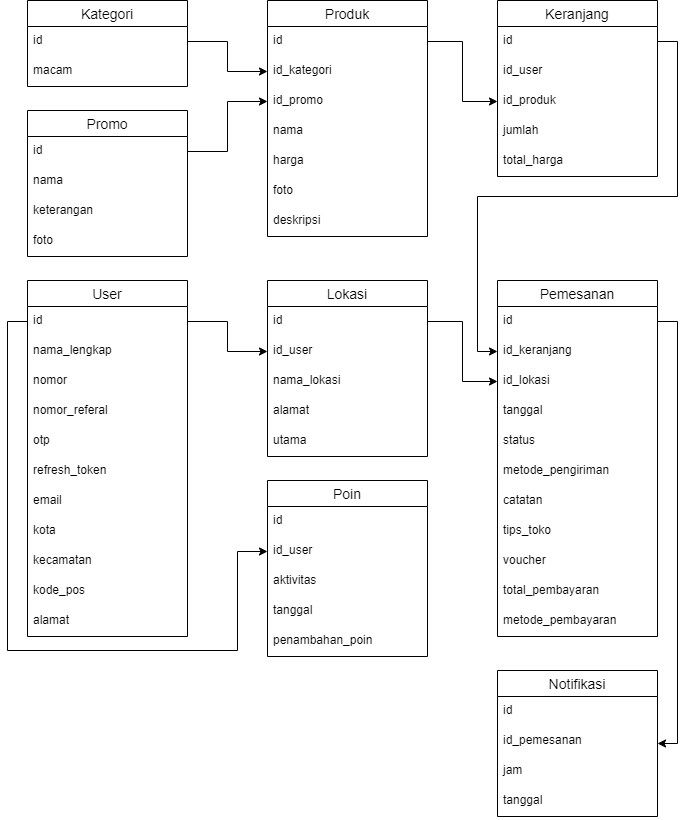
Yayan-SRA/Tugas01_Azuralabs keeps this draw.io diagram as ERD Lengkap.png. Above is the earlier version. Source tidied: cells renumbered, new cells last; positions are measured from the earlier drawing's top-left corner, leaving out a move shared by most shapes.
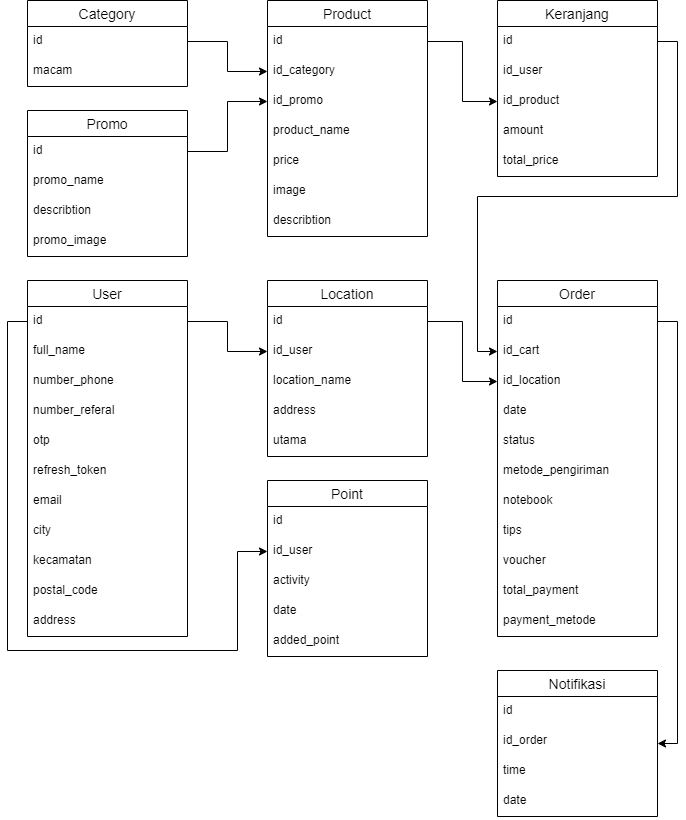
Later version of the same file.

Change to the diagram source:
```diff
@@ -2,31 +2,31 @@
   <root>
     <mxCell id="0" />
     <mxCell id="1" parent="0" />
-    <mxCell id="2" value="Produk" style="swimlane;fontStyle=0;horizontal=1;startSize=26;align=center;fontSize=14;" parent="1" vertex="1">
+    <mxCell id="2" value="Product" style="swimlane;fontStyle=0;horizontal=1;startSize=26;align=center;fontSize=14;" parent="1" vertex="1">
       <mxGeometry x="260" width="160" height="236" as="geometry" />
     </mxCell>
     <mxCell id="3" value="id" style="text;strokeColor=none;fillColor=none;spacingLeft=4;spacingRight=4;overflow=hidden;points=[[0,0.5],[1,0.5]];portConstraint=eastwest;fontSize=12;" parent="2" vertex="1">
       <mxGeometry y="26" width="160" height="30" as="geometry" />
     </mxCell>
-    <mxCell id="4" value="id_kategori" style="text;strokeColor=none;fillColor=none;spacingLeft=4;spacingRight=4;overflow=hidden;points=[[0,0.5],[1,0.5]];portConstraint=eastwest;fontSize=12;" parent="2" vertex="1">
+    <mxCell id="4" value="id_category" style="text;strokeColor=none;fillColor=none;spacingLeft=4;spacingRight=4;overflow=hidden;points=[[0,0.5],[1,0.5]];portConstraint=eastwest;fontSize=12;" parent="2" vertex="1">
       <mxGeometry y="56" width="160" height="30" as="geometry" />
     </mxCell>
     <mxCell id="5" value="id_promo" style="text;strokeColor=none;fillColor=none;spacingLeft=4;spacingRight=4;overflow=hidden;points=[[0,0.5],[1,0.5]];portConstraint=eastwest;fontSize=12;" parent="2" vertex="1">
       <mxGeometry y="86" width="160" height="30" as="geometry" />
     </mxCell>
-    <mxCell id="6" value="nama" style="text;strokeColor=none;fillColor=none;spacingLeft=4;spacingRight=4;overflow=hidden;fontSize=12;" parent="2" vertex="1">
+    <mxCell id="6" value="product_name" style="text;strokeColor=none;fillColor=none;spacingLeft=4;spacingRight=4;overflow=hidden;fontSize=12;" parent="2" vertex="1">
       <mxGeometry y="116" width="160" height="30" as="geometry" />
     </mxCell>
-    <mxCell id="7" value="harga" style="text;strokeColor=none;fillColor=none;spacingLeft=4;spacingRight=4;overflow=hidden;fontSize=12;" parent="2" vertex="1">
+    <mxCell id="7" value="price" style="text;strokeColor=none;fillColor=none;spacingLeft=4;spacingRight=4;overflow=hidden;fontSize=12;" parent="2" vertex="1">
       <mxGeometry y="146" width="160" height="30" as="geometry" />
     </mxCell>
-    <mxCell id="8" value="foto" style="text;strokeColor=none;fillColor=none;spacingLeft=4;spacingRight=4;overflow=hidden;fontSize=12;" parent="2" vertex="1">
+    <mxCell id="8" value="image" style="text;strokeColor=none;fillColor=none;spacingLeft=4;spacingRight=4;overflow=hidden;fontSize=12;" parent="2" vertex="1">
       <mxGeometry y="176" width="160" height="30" as="geometry" />
     </mxCell>
-    <mxCell id="9" value="deskripsi" style="text;strokeColor=none;fillColor=none;spacingLeft=4;spacingRight=4;overflow=hidden;fontSize=12;" parent="2" vertex="1">
+    <mxCell id="9" value="describtion" style="text;strokeColor=none;fillColor=none;spacingLeft=4;spacingRight=4;overflow=hidden;fontSize=12;" parent="2" vertex="1">
       <mxGeometry y="206" width="160" height="30" as="geometry" />
     </mxCell>
-    <mxCell id="10" value="Kategori" style="swimlane;fontStyle=0;horizontal=1;startSize=26;align=center;fontSize=14;" parent="1" vertex="1">
+    <mxCell id="10" value="Category" style="swimlane;fontStyle=0;horizontal=1;startSize=26;align=center;fontSize=14;" parent="1" vertex="1">
       <mxGeometry x="20" width="160" height="86" as="geometry" />
     </mxCell>
     <mxCell id="11" value="id" style="text;strokeColor=none;fillColor=none;spacingLeft=4;spacingRight=4;overflow=hidden;points=[[0,0.5],[1,0.5]];portConstraint=eastwest;fontSize=12;" parent="10" vertex="1">
@@ -44,13 +44,13 @@
     <mxCell id="15" value="id" style="text;strokeColor=none;fillColor=none;spacingLeft=4;spacingRight=4;overflow=hidden;points=[[0,0.5],[1,0.5]];portConstraint=eastwest;fontSize=12;" parent="14" vertex="1">
       <mxGeometry y="26" width="160" height="30" as="geometry" />
     </mxCell>
-    <mxCell id="16" value="nama_lengkap" style="text;strokeColor=none;fillColor=none;spacingLeft=4;spacingRight=4;overflow=hidden;fontSize=12;" parent="14" vertex="1">
+    <mxCell id="16" value="full_name" style="text;strokeColor=none;fillColor=none;spacingLeft=4;spacingRight=4;overflow=hidden;fontSize=12;" parent="14" vertex="1">
       <mxGeometry y="56" width="160" height="30" as="geometry" />
     </mxCell>
-    <mxCell id="17" value="nomor" style="text;strokeColor=none;fillColor=none;spacingLeft=4;spacingRight=4;overflow=hidden;fontSize=12;" parent="14" vertex="1">
+    <mxCell id="17" value="number_phone" style="text;strokeColor=none;fillColor=none;spacingLeft=4;spacingRight=4;overflow=hidden;fontSize=12;" parent="14" vertex="1">
       <mxGeometry y="86" width="160" height="30" as="geometry" />
     </mxCell>
-    <mxCell id="18" value="nomor_referal" style="text;strokeColor=none;fillColor=none;spacingLeft=4;spacingRight=4;overflow=hidden;fontSize=12;" parent="14" vertex="1">
+    <mxCell id="18" value="number_referal" style="text;strokeColor=none;fillColor=none;spacingLeft=4;spacingRight=4;overflow=hidden;fontSize=12;" parent="14" vertex="1">
       <mxGeometry y="116" width="160" height="30" as="geometry" />
     </mxCell>
     <mxCell id="19" value="otp" style="text;strokeColor=none;fillColor=none;spacingLeft=4;spacingRight=4;overflow=hidden;fontSize=12;" parent="14" vertex="1">
@@ -62,19 +62,19 @@
     <mxCell id="21" value="email" style="text;strokeColor=none;fillColor=none;spacingLeft=4;spacingRight=4;overflow=hidden;fontSize=12;" parent="14" vertex="1">
       <mxGeometry y="206" width="160" height="30" as="geometry" />
     </mxCell>
-    <mxCell id="22" value="kota" style="text;strokeColor=none;fillColor=none;spacingLeft=4;spacingRight=4;overflow=hidden;fontSize=12;" parent="14" vertex="1">
+    <mxCell id="22" value="city" style="text;strokeColor=none;fillColor=none;spacingLeft=4;spacingRight=4;overflow=hidden;fontSize=12;" parent="14" vertex="1">
       <mxGeometry y="236" width="160" height="30" as="geometry" />
     </mxCell>
     <mxCell id="23" value="kecamatan" style="text;strokeColor=none;fillColor=none;spacingLeft=4;spacingRight=4;overflow=hidden;fontSize=12;" parent="14" vertex="1">
       <mxGeometry y="266" width="160" height="30" as="geometry" />
     </mxCell>
-    <mxCell id="24" value="kode_pos" style="text;strokeColor=none;fillColor=none;spacingLeft=4;spacingRight=4;overflow=hidden;fontSize=12;" parent="14" vertex="1">
+    <mxCell id="24" value="postal_code" style="text;strokeColor=none;fillColor=none;spacingLeft=4;spacingRight=4;overflow=hidden;fontSize=12;" parent="14" vertex="1">
       <mxGeometry y="296" width="160" height="30" as="geometry" />
     </mxCell>
-    <mxCell id="25" value="alamat" style="text;strokeColor=none;fillColor=none;spacingLeft=4;spacingRight=4;overflow=hidden;fontSize=12;" parent="14" vertex="1">
+    <mxCell id="25" value="address" style="text;strokeColor=none;fillColor=none;spacingLeft=4;spacingRight=4;overflow=hidden;fontSize=12;" parent="14" vertex="1">
       <mxGeometry y="326" width="160" height="30" as="geometry" />
     </mxCell>
-    <mxCell id="26" value="Lokasi" style="swimlane;fontStyle=0;horizontal=1;startSize=26;align=center;fontSize=14;" parent="1" vertex="1">
+    <mxCell id="26" value="Location" style="swimlane;fontStyle=0;horizontal=1;startSize=26;align=center;fontSize=14;" parent="1" vertex="1">
       <mxGeometry x="260" y="280" width="160" height="176" as="geometry" />
     </mxCell>
     <mxCell id="27" value="id" style="text;strokeColor=none;fillColor=none;spacingLeft=4;spacingRight=4;overflow=hidden;points=[[0,0.5],[1,0.5]];portConstraint=eastwest;fontSize=12;" parent="26" vertex="1">
@@ -83,10 +83,10 @@
     <mxCell id="28" value="id_user" style="text;strokeColor=none;fillColor=none;spacingLeft=4;spacingRight=4;overflow=hidden;points=[[0,0.5],[1,0.5]];portConstraint=eastwest;fontSize=12;" parent="26" vertex="1">
       <mxGeometry y="56" width="160" height="30" as="geometry" />
     </mxCell>
-    <mxCell id="29" value="nama_lokasi" style="text;strokeColor=none;fillColor=none;spacingLeft=4;spacingRight=4;overflow=hidden;fontSize=12;" parent="26" vertex="1">
+    <mxCell id="29" value="location_name" style="text;strokeColor=none;fillColor=none;spacingLeft=4;spacingRight=4;overflow=hidden;fontSize=12;" parent="26" vertex="1">
       <mxGeometry y="86" width="160" height="30" as="geometry" />
     </mxCell>
-    <mxCell id="30" value="alamat" style="text;strokeColor=none;fillColor=none;spacingLeft=4;spacingRight=4;overflow=hidden;fontSize=12;" parent="26" vertex="1">
+    <mxCell id="30" value="address" style="text;strokeColor=none;fillColor=none;spacingLeft=4;spacingRight=4;overflow=hidden;fontSize=12;" parent="26" vertex="1">
       <mxGeometry y="116" width="160" height="30" as="geometry" />
     </mxCell>
     <mxCell id="31" value="utama" style="text;strokeColor=none;fillColor=none;spacingLeft=4;spacingRight=4;overflow=hidden;fontSize=12;" parent="26" vertex="1">
@@ -104,28 +104,28 @@
     <mxCell id="35" value="id_user" style="text;strokeColor=none;fillColor=none;spacingLeft=4;spacingRight=4;overflow=hidden;fontSize=12;" parent="33" vertex="1">
       <mxGeometry y="56" width="160" height="30" as="geometry" />
     </mxCell>
-    <mxCell id="36" value="id_produk" style="text;strokeColor=none;fillColor=none;spacingLeft=4;spacingRight=4;overflow=hidden;points=[[0,0.5],[1,0.5]];portConstraint=eastwest;fontSize=12;" parent="33" vertex="1">
+    <mxCell id="36" value="id_product" style="text;strokeColor=none;fillColor=none;spacingLeft=4;spacingRight=4;overflow=hidden;points=[[0,0.5],[1,0.5]];portConstraint=eastwest;fontSize=12;" parent="33" vertex="1">
       <mxGeometry y="86" width="160" height="30" as="geometry" />
     </mxCell>
-    <mxCell id="37" value="jumlah" style="text;strokeColor=none;fillColor=none;spacingLeft=4;spacingRight=4;overflow=hidden;fontSize=12;" parent="33" vertex="1">
+    <mxCell id="37" value="amount" style="text;strokeColor=none;fillColor=none;spacingLeft=4;spacingRight=4;overflow=hidden;fontSize=12;" parent="33" vertex="1">
       <mxGeometry y="116" width="160" height="30" as="geometry" />
     </mxCell>
-    <mxCell id="38" value="total_harga" style="text;strokeColor=none;fillColor=none;spacingLeft=4;spacingRight=4;overflow=hidden;fontSize=12;" parent="33" vertex="1">
+    <mxCell id="38" value="total_price" style="text;strokeColor=none;fillColor=none;spacingLeft=4;spacingRight=4;overflow=hidden;fontSize=12;" parent="33" vertex="1">
       <mxGeometry y="146" width="160" height="30" as="geometry" />
     </mxCell>
-    <mxCell id="39" value="Pemesanan" style="swimlane;fontStyle=0;horizontal=1;startSize=26;align=center;fontSize=14;" parent="1" vertex="1">
+    <mxCell id="39" value="Order" style="swimlane;fontStyle=0;horizontal=1;startSize=26;align=center;fontSize=14;" parent="1" vertex="1">
       <mxGeometry x="490" y="280" width="160" height="356" as="geometry" />
     </mxCell>
     <mxCell id="40" value="id" style="text;strokeColor=none;fillColor=none;spacingLeft=4;spacingRight=4;overflow=hidden;points=[[0,0.5],[1,0.5]];portConstraint=eastwest;fontSize=12;" parent="39" vertex="1">
       <mxGeometry y="26" width="160" height="30" as="geometry" />
     </mxCell>
-    <mxCell id="41" value="id_keranjang" style="text;strokeColor=none;fillColor=none;spacingLeft=4;spacingRight=4;overflow=hidden;points=[[0,0.5],[1,0.5]];portConstraint=eastwest;fontSize=12;" parent="39" vertex="1">
+    <mxCell id="41" value="id_cart" style="text;strokeColor=none;fillColor=none;spacingLeft=4;spacingRight=4;overflow=hidden;points=[[0,0.5],[1,0.5]];portConstraint=eastwest;fontSize=12;" parent="39" vertex="1">
       <mxGeometry y="56" width="160" height="30" as="geometry" />
     </mxCell>
-    <mxCell id="42" value="id_lokasi" style="text;strokeColor=none;fillColor=none;spacingLeft=4;spacingRight=4;overflow=hidden;points=[[0,0.5],[1,0.5]];portConstraint=eastwest;fontSize=12;" parent="39" vertex="1">
+    <mxCell id="42" value="id_location" style="text;strokeColor=none;fillColor=none;spacingLeft=4;spacingRight=4;overflow=hidden;points=[[0,0.5],[1,0.5]];portConstraint=eastwest;fontSize=12;" parent="39" vertex="1">
       <mxGeometry y="86" width="160" height="30" as="geometry" />
     </mxCell>
-    <mxCell id="43" value="tanggal" style="text;strokeColor=none;fillColor=none;spacingLeft=4;spacingRight=4;overflow=hidden;fontSize=12;" parent="39" vertex="1">
+    <mxCell id="43" value="date" style="text;strokeColor=none;fillColor=none;spacingLeft=4;spacingRight=4;overflow=hidden;fontSize=12;" parent="39" vertex="1">
       <mxGeometry y="116" width="160" height="30" as="geometry" />
     </mxCell>
     <mxCell id="44" value="status" style="text;strokeColor=none;fillColor=none;spacingLeft=4;spacingRight=4;overflow=hidden;fontSize=12;" parent="39" vertex="1">
@@ -134,19 +134,19 @@
     <mxCell id="45" value="metode_pengiriman" style="text;strokeColor=none;fillColor=none;spacingLeft=4;spacingRight=4;overflow=hidden;fontSize=12;" parent="39" vertex="1">
       <mxGeometry y="176" width="160" height="30" as="geometry" />
     </mxCell>
-    <mxCell id="46" value="catatan" style="text;strokeColor=none;fillColor=none;spacingLeft=4;spacingRight=4;overflow=hidden;fontSize=12;" parent="39" vertex="1">
+    <mxCell id="46" value="notebook" style="text;strokeColor=none;fillColor=none;spacingLeft=4;spacingRight=4;overflow=hidden;fontSize=12;" parent="39" vertex="1">
       <mxGeometry y="206" width="160" height="30" as="geometry" />
     </mxCell>
-    <mxCell id="47" value="tips_toko" style="text;strokeColor=none;fillColor=none;spacingLeft=4;spacingRight=4;overflow=hidden;fontSize=12;" parent="39" vertex="1">
+    <mxCell id="47" value="tips" style="text;strokeColor=none;fillColor=none;spacingLeft=4;spacingRight=4;overflow=hidden;fontSize=12;" parent="39" vertex="1">
       <mxGeometry y="236" width="160" height="30" as="geometry" />
     </mxCell>
     <mxCell id="48" value="voucher" style="text;strokeColor=none;fillColor=none;spacingLeft=4;spacingRight=4;overflow=hidden;fontSize=12;" parent="39" vertex="1">
       <mxGeometry y="266" width="160" height="30" as="geometry" />
     </mxCell>
-    <mxCell id="49" value="total_pembayaran" style="text;strokeColor=none;fillColor=none;spacingLeft=4;spacingRight=4;overflow=hidden;fontSize=12;" parent="39" vertex="1">
+    <mxCell id="49" value="total_payment" style="text;strokeColor=none;fillColor=none;spacingLeft=4;spacingRight=4;overflow=hidden;fontSize=12;" parent="39" vertex="1">
       <mxGeometry y="296" width="160" height="30" as="geometry" />
     </mxCell>
-    <mxCell id="50" value="metode_pembayaran" style="text;strokeColor=none;fillColor=none;spacingLeft=4;spacingRight=4;overflow=hidden;fontSize=12;" parent="39" vertex="1">
+    <mxCell id="50" value="payment_metode" style="text;strokeColor=none;fillColor=none;spacingLeft=4;spacingRight=4;overflow=hidden;fontSize=12;" parent="39" vertex="1">
       <mxGeometry y="326" width="160" height="30" as="geometry" />
     </mxCell>
     <mxCell id="51" style="edgeStyle=orthogonalEdgeStyle;rounded=0;jettySize=auto;html=1;exitX=1;exitY=0.5;exitDx=0;exitDy=0;entryX=0;entryY=0.5;entryDx=0;entryDy=0;" parent="1" edge="1" source="11" target="4">
@@ -158,7 +158,7 @@
     <mxCell id="53" style="edgeStyle=orthogonalEdgeStyle;rounded=0;jettySize=auto;html=1;" parent="1" edge="1" source="27" target="42">
       <mxGeometry relative="1" as="geometry" />
     </mxCell>
-    <mxCell id="54" value="Poin" style="swimlane;fontStyle=0;horizontal=1;startSize=26;align=center;fontSize=14;" parent="1" vertex="1">
+    <mxCell id="54" value="Point" style="swimlane;fontStyle=0;horizontal=1;startSize=26;align=center;fontSize=14;" parent="1" vertex="1">
       <mxGeometry x="260" y="480" width="160" height="176" as="geometry" />
     </mxCell>
     <mxCell id="55" value="id" style="text;strokeColor=none;fillColor=none;spacingLeft=4;spacingRight=4;overflow=hidden;fontSize=12;" parent="54" vertex="1">
@@ -167,13 +167,13 @@
     <mxCell id="56" value="id_user" style="text;strokeColor=none;fillColor=none;spacingLeft=4;spacingRight=4;overflow=hidden;points=[[0,0.5],[1,0.5]];portConstraint=eastwest;fontSize=12;" parent="54" vertex="1">
       <mxGeometry y="56" width="160" height="30" as="geometry" />
     </mxCell>
-    <mxCell id="57" value="aktivitas" style="text;strokeColor=none;fillColor=none;spacingLeft=4;spacingRight=4;overflow=hidden;fontSize=12;" parent="54" vertex="1">
+    <mxCell id="57" value="activity" style="text;strokeColor=none;fillColor=none;spacingLeft=4;spacingRight=4;overflow=hidden;fontSize=12;" parent="54" vertex="1">
       <mxGeometry y="86" width="160" height="30" as="geometry" />
     </mxCell>
-    <mxCell id="58" value="tanggal" style="text;strokeColor=none;fillColor=none;spacingLeft=4;spacingRight=4;overflow=hidden;fontSize=12;" parent="54" vertex="1">
+    <mxCell id="58" value="date" style="text;strokeColor=none;fillColor=none;spacingLeft=4;spacingRight=4;overflow=hidden;fontSize=12;" parent="54" vertex="1">
       <mxGeometry y="116" width="160" height="30" as="geometry" />
     </mxCell>
-    <mxCell id="59" value="penambahan_poin" style="text;strokeColor=none;fillColor=none;spacingLeft=4;spacingRight=4;overflow=hidden;fontSize=12;" parent="54" vertex="1">
+    <mxCell id="59" value="added_point" style="text;strokeColor=none;fillColor=none;spacingLeft=4;spacingRight=4;overflow=hidden;fontSize=12;" parent="54" vertex="1">
       <mxGeometry y="146" width="160" height="30" as="geometry" />
     </mxCell>
     <mxCell id="60" style="edgeStyle=orthogonalEdgeStyle;rounded=0;jettySize=auto;html=1;exitX=0;exitY=0.5;exitDx=0;exitDy=0;entryX=0;entryY=0.5;entryDx=0;entryDy=0;" parent="1" edge="1" source="15" target="56">
@@ -192,13 +192,13 @@
     <mxCell id="62" value="id" style="text;strokeColor=none;fillColor=none;spacingLeft=4;spacingRight=4;overflow=hidden;points=[[0,0.5],[1,0.5]];portConstraint=eastwest;fontSize=12;" parent="61" vertex="1">
       <mxGeometry y="26" width="160" height="30" as="geometry" />
     </mxCell>
-    <mxCell id="63" value="nama" style="text;strokeColor=none;fillColor=none;spacingLeft=4;spacingRight=4;overflow=hidden;fontSize=12;" parent="61" vertex="1">
+    <mxCell id="63" value="promo_name" style="text;strokeColor=none;fillColor=none;spacingLeft=4;spacingRight=4;overflow=hidden;fontSize=12;" parent="61" vertex="1">
       <mxGeometry y="56" width="160" height="30" as="geometry" />
     </mxCell>
-    <mxCell id="64" value="keterangan" style="text;strokeColor=none;fillColor=none;spacingLeft=4;spacingRight=4;overflow=hidden;fontSize=12;" parent="61" vertex="1">
+    <mxCell id="64" value="describtion" style="text;strokeColor=none;fillColor=none;spacingLeft=4;spacingRight=4;overflow=hidden;fontSize=12;" parent="61" vertex="1">
       <mxGeometry y="86" width="160" height="30" as="geometry" />
     </mxCell>
-    <mxCell id="65" value="foto" style="text;strokeColor=none;fillColor=none;spacingLeft=4;spacingRight=4;overflow=hidden;fontSize=12;" parent="61" vertex="1">
+    <mxCell id="65" value="promo_image" style="text;strokeColor=none;fillColor=none;spacingLeft=4;spacingRight=4;overflow=hidden;fontSize=12;" parent="61" vertex="1">
       <mxGeometry y="116" width="160" height="30" as="geometry" />
     </mxCell>
     <mxCell id="66" style="edgeStyle=orthogonalEdgeStyle;rounded=0;jettySize=auto;html=1;exitX=1;exitY=0.5;exitDx=0;exitDy=0;" parent="1" edge="1" source="62" target="5">
@@ -210,13 +210,13 @@
     <mxCell id="68" value="id" style="text;strokeColor=none;fillColor=none;spacingLeft=4;spacingRight=4;overflow=hidden;fontSize=12;" parent="67" vertex="1">
       <mxGeometry y="26" width="160" height="30" as="geometry" />
     </mxCell>
-    <mxCell id="69" value="id_pemesanan" style="text;strokeColor=none;fillColor=none;spacingLeft=4;spacingRight=4;overflow=hidden;fontSize=12;" parent="67" vertex="1">
+    <mxCell id="69" value="id_order" style="text;strokeColor=none;fillColor=none;spacingLeft=4;spacingRight=4;overflow=hidden;fontSize=12;" parent="67" vertex="1">
       <mxGeometry y="56" width="160" height="30" as="geometry" />
     </mxCell>
-    <mxCell id="70" value="jam" style="text;strokeColor=none;fillColor=none;spacingLeft=4;spacingRight=4;overflow=hidden;fontSize=12;" parent="67" vertex="1">
+    <mxCell id="70" value="time" style="text;strokeColor=none;fillColor=none;spacingLeft=4;spacingRight=4;overflow=hidden;fontSize=12;" parent="67" vertex="1">
       <mxGeometry y="86" width="160" height="30" as="geometry" />
     </mxCell>
-    <mxCell id="71" value="tanggal" style="text;strokeColor=none;fillColor=none;spacingLeft=4;spacingRight=4;overflow=hidden;fontSize=12;" parent="67" vertex="1">
+    <mxCell id="71" value="date" style="text;strokeColor=none;fillColor=none;spacingLeft=4;spacingRight=4;overflow=hidden;fontSize=12;" parent="67" vertex="1">
       <mxGeometry y="116" width="160" height="30" as="geometry" />
     </mxCell>
     <mxCell id="72" style="edgeStyle=orthogonalEdgeStyle;rounded=0;jettySize=auto;html=1;exitX=1;exitY=0.5;exitDx=0;exitDy=0;entryX=1;entryY=0.5;entryDx=0;entryDy=0;" parent="1" edge="1" source="40" target="67">
```
